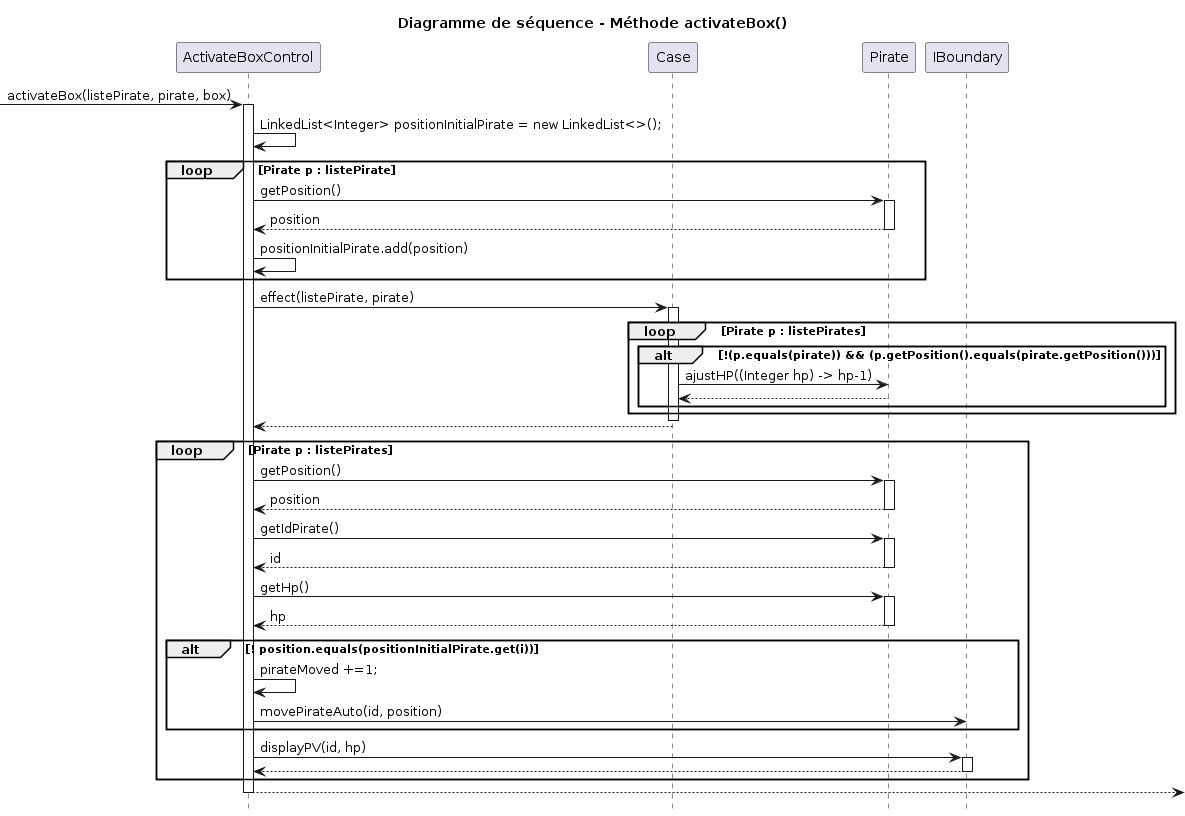
NoemGir/Pirates-Escape keeps this PlantUML diagram as documentation/Diagramme de sequence/diagSEQ.png. Above is the earlier version.
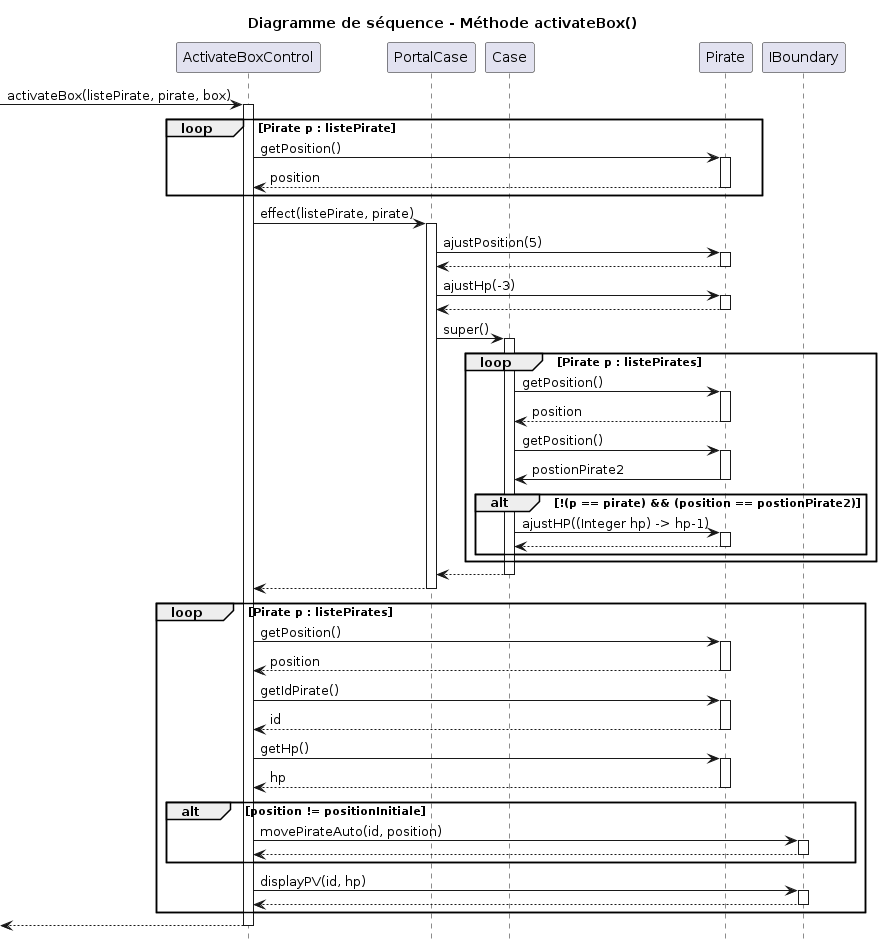
Later version of the same file.

Commit message:
Modif Diag Seq

Change to the diagram source:
```diff
@@ -3,6 +3,7 @@
 title Diagramme de séquence - Méthode activateBox()
 
 participant ActivateBox as "ActivateBoxControl"
+participant PortalCase as "PortalCase"
 participant Case as "Case"
 participant Pirate as "Pirate"
 participant IBoundary as "IBoundary"
@@ -10,26 +11,46 @@
 
 -> ActivateBox : activateBox(listePirate, pirate, box)
 activate ActivateBox
-ActivateBox -> ActivateBox : LinkedList<Integer> positionInitialPirate = new LinkedList<>();
 loop Pirate p : listePirate
     ActivateBox -> Pirate : getPosition()
     activate Pirate
     Pirate --> ActivateBox : position
     deactivate Pirate
-    ActivateBox -> ActivateBox : positionInitialPirate.add(position)
 end
 
-ActivateBox -> Case : effect(listePirate, pirate)
+ActivateBox -> PortalCase : effect(listePirate, pirate)
+activate PortalCase
+PortalCase -> Pirate : ajustPosition(5)
+activate Pirate
+Pirate --> PortalCase
+deactivate Pirate
+PortalCase -> Pirate : ajustHp(-3)
+activate Pirate
+Pirate --> PortalCase
+deactivate Pirate
+PortalCase -> Case : super()
 activate Case
     loop Pirate p : listePirates
-        alt !(p.equals(pirate)) && (p.getPosition().equals(pirate.getPosition()))
+    Case -> Pirate : getPosition()
+    activate Pirate
+    Pirate --> Case : position
+    deactivate Pirate
+    Case -> Pirate : getPosition()
+    activate Pirate
+    Pirate -> Case : postionPirate2
+    deactivate Pirate
+        alt !(p == pirate) && (position == postionPirate2)
             Case -> Pirate : ajustHP((Integer hp) -> hp-1)
+            activate Pirate
             Pirate --> Case
+            deactivate Pirate
         end
     end
+Case --> PortalCase
 deactivate Case
 
-Case --> ActivateBox
+PortalCase --> ActivateBox
+deactivate PortalCase
 
 loop Pirate p : listePirates
     ActivateBox -> Pirate : getPosition()
@@ -44,9 +65,11 @@
     activate Pirate
     Pirate --> ActivateBox : hp
     deactivate Pirate
-    alt ! position.equals(positionInitialPirate.get(i))
-        ActivateBox -> ActivateBox : pirateMoved +=1;
+    alt position != positionInitiale
         ActivateBox -> IBoundary : movePirateAuto(id, position)
+        activate IBoundary
+        IBoundary --> ActivateBox
+        deactivate IBoundary
     end
 
     ActivateBox -> IBoundary : displayPV(id, hp)
@@ -55,6 +78,6 @@
     deactivate IBoundary
 end
 
-ActivateBox -->]
+[<-- ActivateBox
 deactivate ActivateBox
 @enduml
```
